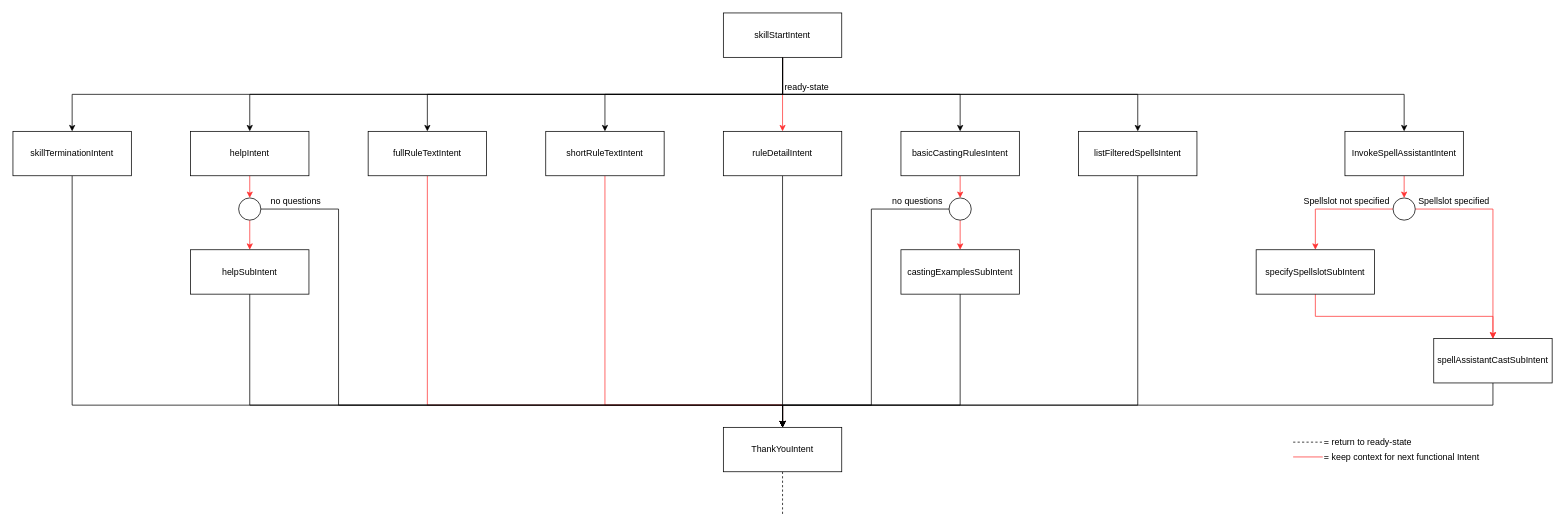
Before: doc/intent_diagram.drawio in Linyeir/spellcastmanager-skill, a draw.io diagram. Source tidied: cells renumbered, new cells numbered last; positions are measured from the earlier drawing's top-left corner, leaving out a move shared by most shapes. Both pictures are drawn from the tidied source at 74%, with x=0, y=0 at pixel (13, 13).
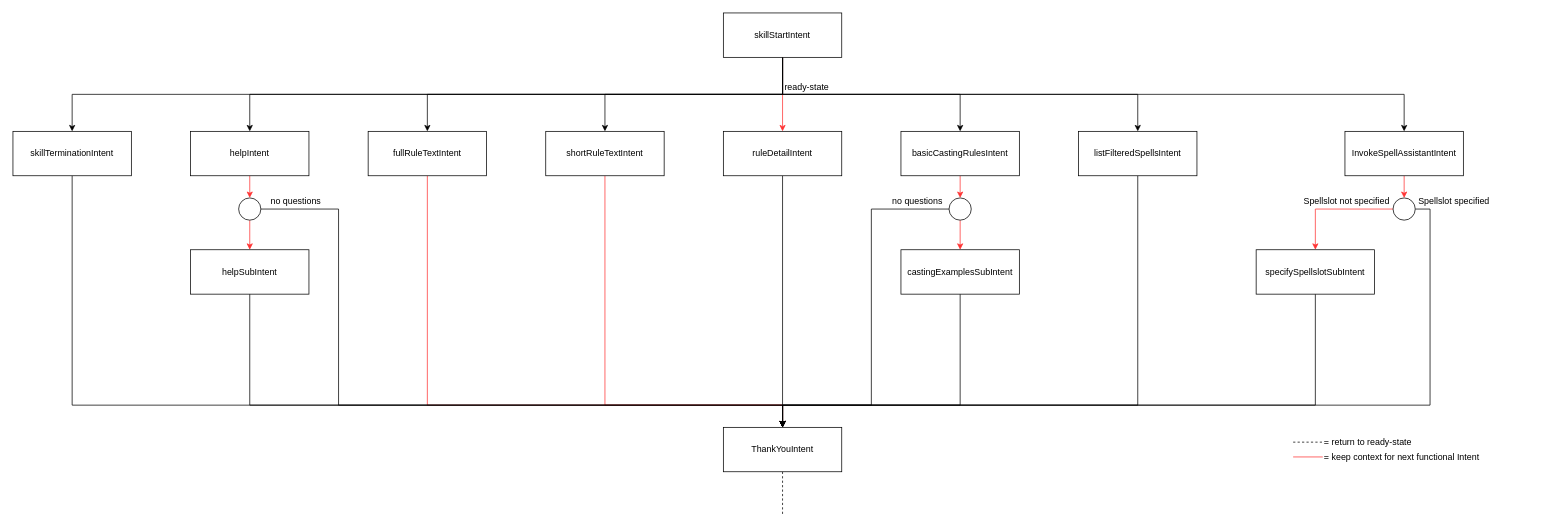
After the change.

Unchanged cells that the change refers to:
```xml
<mxCell id="45" value="specifySpellslotSubIntent" style="rounded=0;whiteSpace=wrap;html=1;" parent="1" vertex="1">
  <mxGeometry x="1680" y="320" width="160" height="60" as="geometry" />
</mxCell>
<mxCell id="48" style="ellipse;whiteSpace=wrap;html=1;" parent="1" vertex="1">
  <mxGeometry x="1865" y="250" width="30" height="30" as="geometry" />
</mxCell>
<mxCell id="52" value="ThankYouIntent" style="rounded=0;whiteSpace=wrap;html=1;" parent="1" vertex="1">
  <mxGeometry x="960" y="560" width="160" height="60" as="geometry" />
</mxCell>
```

Change to the diagram source:
```diff
@@
-    <mxCell id="42" style="edgeStyle=orthogonalEdgeStyle;rounded=0;jettySize=auto;html=1;exitX=0.5;exitY=1;exitDx=0;exitDy=0;entryX=0.5;entryY=0;entryDx=0;entryDy=0;strokeColor=#000000;" parent="1" edge="1" source="43" target="52">
-      <mxGeometry relative="1" as="geometry" />
-    </mxCell>
-    <mxCell id="43" value="spellAssistantCastSubIntent" style="rounded=0;whiteSpace=wrap;html=1;" parent="1" vertex="1">
-      <mxGeometry x="1920" y="440" width="160" height="60" as="geometry" />
-    </mxCell>
-    <mxCell id="44" style="edgeStyle=orthogonalEdgeStyle;rounded=0;jettySize=auto;html=1;exitX=0.5;exitY=1;exitDx=0;exitDy=0;strokeColor=#FF3333;entryX=0.5;entryY=0;entryDx=0;entryDy=0;" parent="1" edge="1" source="45" target="43">
-      <mxGeometry relative="1" as="geometry" />
+    <mxCell id="44" style="edgeStyle=orthogonalEdgeStyle;rounded=0;jettySize=auto;html=1;exitX=0.5;exitY=1;exitDx=0;exitDy=0;strokeColor=#000000;entryX=0.5;entryY=0;entryDx=0;entryDy=0;" parent="1" edge="1" source="45" target="52">
+      <mxGeometry relative="1" as="geometry">
+        <Array as="points">
+          <mxPoint x="1760" y="530" />
+          <mxPoint x="1040" y="530" />
+        </Array>
+      </mxGeometry>
     </mxCell>
@@
-    <mxCell id="47" style="edgeStyle=orthogonalEdgeStyle;rounded=0;jettySize=auto;html=1;exitX=1;exitY=0.5;exitDx=0;exitDy=0;entryX=0.5;entryY=0;entryDx=0;entryDy=0;strokeColor=#FF3333;" parent="1" edge="1" source="48" target="43">
-      <mxGeometry relative="1" as="geometry" />
+    <mxCell id="47" style="edgeStyle=orthogonalEdgeStyle;rounded=0;jettySize=auto;html=1;exitX=1;exitY=0.5;exitDx=0;exitDy=0;strokeColor=#000000;entryX=0.5;entryY=0;entryDx=0;entryDy=0;" parent="1" edge="1" source="48" target="52">
+      <mxGeometry relative="1" as="geometry">
+        <Array as="points">
+          <mxPoint x="1915" y="265" />
+          <mxPoint x="1915" y="530" />
+          <mxPoint x="1040" y="530" />
+        </Array>
+      </mxGeometry>
     </mxCell>
```
